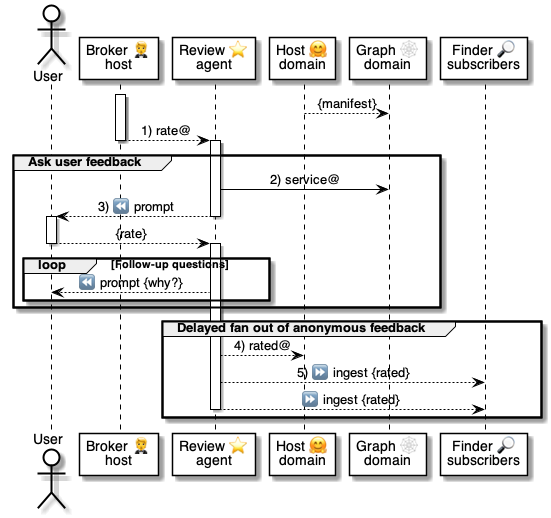
The PlantUML diagram 5 ⏩ Flows/70 ⭐⏩ Reviewers/.📎 Assets/⚙️ Review.png in pollyweb-org/pollyweb-docs, before a commit. Its source is kept beside it as 5 ⏩ Flows/70 ⭐⏩ Reviewers/.📎 Assets/⚙️ Review.puml. Its diagram source:
```plantuml
@startuml Goodbye

actor "User" as user
participant "Broker 🤵\nhost" as broker
participant "Review ⭐\nagent" as reviewer
participant "Host 🤗\ndomain" as host
participant "Graph 🕸\ndomain" as graph
participant "Finder 🔎\nsubscribers" as finder


activate broker


    host --> graph: {manifest}

    broker --> reviewer: 1) rate@
    deactivate broker

group Ask user feedback

    activate reviewer
        reviewer -> graph: 2) service@
        reviewer --> user: 3) ⏪ prompt
    deactivate reviewer

    activate user
        user --> reviewer: {rate}
    deactivate user

    activate reviewer

        loop Follow-up questions
            reviewer --> user: ⏪ prompt {why?}
        end loop


end group

group Delayed fan out of anonymous feedback

        reviewer --> host: 4) rated@

        reviewer --> finder: 5) ⏩ ingest {rated}
        reviewer --> finder: ⏩ ingest {rated}

    deactivate reviewer

end group






@enduml
```
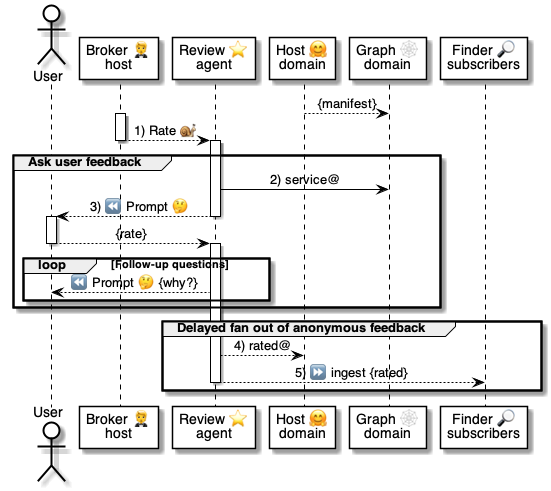
After the commit.

Change to the diagram source:
```diff
@@ -8,19 +8,17 @@
 participant "Finder 🔎\nsubscribers" as finder
 
 
+host --> graph: {manifest}
+
 activate broker
-
-
-    host --> graph: {manifest}
-
-    broker --> reviewer: 1) rate@
-    deactivate broker
+    broker --> reviewer: 1) Rate 🐌
+deactivate broker
 
 group Ask user feedback
 
     activate reviewer
         reviewer -> graph: 2) service@
-        reviewer --> user: 3) ⏪ prompt
+        reviewer --> user: 3) ⏪ Prompt 🤔
     deactivate reviewer
 
     activate user
@@ -30,7 +28,7 @@
     activate reviewer
 
         loop Follow-up questions
-            reviewer --> user: ⏪ prompt {why?}
+            reviewer --> user: ⏪ Prompt 🤔 {why?}
         end loop
 
 
@@ -41,7 +39,6 @@
         reviewer --> host: 4) rated@
 
         reviewer --> finder: 5) ⏩ ingest {rated}
-        reviewer --> finder: ⏩ ingest {rated}
 
     deactivate reviewer
 
```
